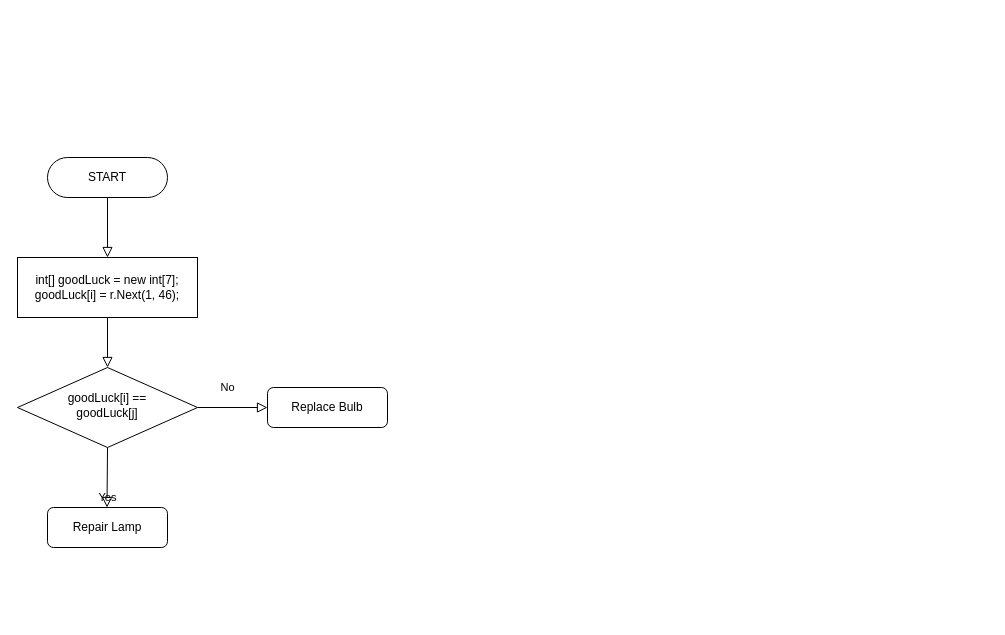
jhy0409/jhy0409 keeps this draw.io diagram as 2 vsStudio_P/210408_cSharp_basic_chap5/sukje_lotto/PPT/lottoAlgori.drawio. Above is the earlier version. Source tidied: cells renumbered, new cells numbered last; positions are measured from the earlier drawing's top-left corner, leaving out a move shared by most shapes. Both pictures are drawn from the tidied source at 100%, with x=0, y=0 at pixel (17, 157).
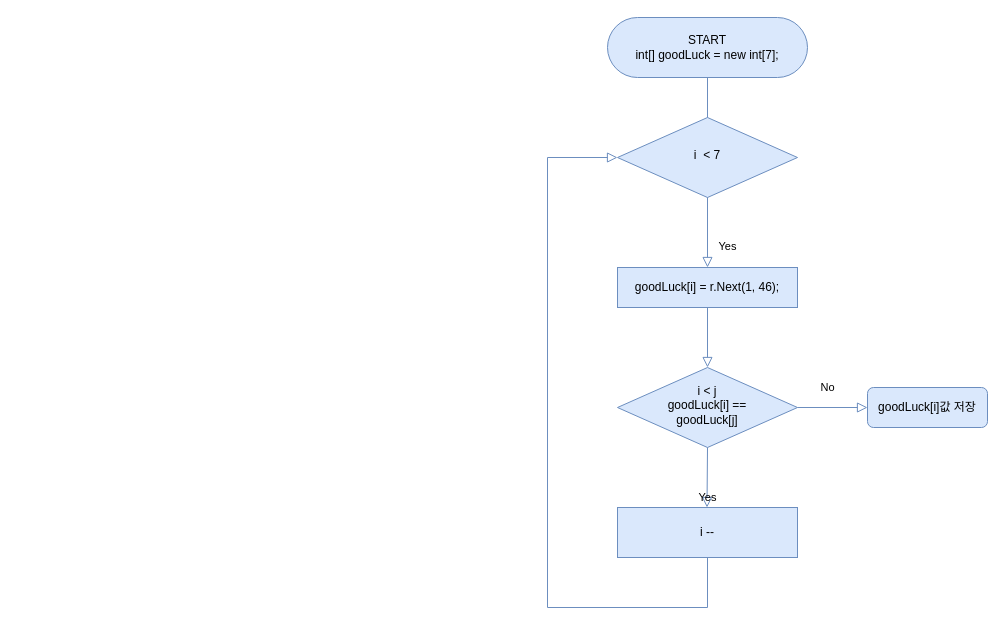
After the change.

Diff of the diagram source:
```diff
@@
 <mxGraphModel>
   <root>
     <mxCell id="0" />
     <mxCell id="1" parent="0" />
-    <mxCell id="2" style="rounded=0;html=1;jettySize=auto;fontSize=11;endArrow=block;endFill=0;endSize=8;strokeWidth=1;shadow=0;labelBackgroundColor=none;edgeStyle=orthogonalEdgeStyle;" parent="1" edge="1" source="3" target="5">
-      <mxGeometry relative="1" as="geometry" />
-    </mxCell>
-    <mxCell id="3" value="START" style="rounded=1;whiteSpace=wrap;html=1;fontSize=12;glass=0;strokeWidth=1;shadow=0;absoluteArcSize=1;arcSize=120;" parent="1" vertex="1">
-      <mxGeometry x="30" width="120" height="40" as="geometry" />
+    <mxCell id="3" value="START&lt;br&gt;int[] goodLuck = new int[7];" style="rounded=1;whiteSpace=wrap;html=1;fontSize=12;glass=0;strokeWidth=1;shadow=0;absoluteArcSize=1;arcSize=120;fillColor=#dae8fc;strokeColor=#6c8ebf;" parent="1" vertex="1">
+      <mxGeometry x="590" y="-140" width="200" height="60" as="geometry" />
     </mxCell>
-    <mxCell id="4" style="edgeStyle=orthogonalEdgeStyle;rounded=0;jettySize=auto;html=1;entryX=0.5;entryY=0;entryDx=0;entryDy=0;shadow=0;strokeWidth=1;labelBackgroundColor=none;endFill=0;endArrow=block;endSize=8;" parent="1" edge="1" source="5" target="6">
+    <mxCell id="4" style="edgeStyle=orthogonalEdgeStyle;rounded=0;jettySize=auto;html=1;entryX=0.5;entryY=0;entryDx=0;entryDy=0;shadow=0;strokeWidth=1;labelBackgroundColor=none;endFill=0;endArrow=block;endSize=8;fillColor=#dae8fc;strokeColor=#6c8ebf;" parent="1" edge="1" source="5" target="6">
       <mxGeometry relative="1" as="geometry" />
     </mxCell>
-    <mxCell id="5" value="&lt;div&gt;int[] goodLuck = new int[7];&lt;/div&gt;&lt;div&gt;goodLuck[i] = r.Next(1, 46);&lt;br&gt;&lt;/div&gt;" style="rounded=0;whiteSpace=wrap;html=1;glass=0;strokeWidth=1;" parent="1" vertex="1">
-      <mxGeometry y="100" width="180" height="60" as="geometry" />
+    <mxCell id="5" value="&lt;div&gt;&lt;span&gt;goodLuck[i] = r.Next(1, 46);&lt;/span&gt;&lt;br&gt;&lt;/div&gt;" style="rounded=0;whiteSpace=wrap;html=1;glass=0;strokeWidth=1;fillColor=#dae8fc;strokeColor=#6c8ebf;" parent="1" vertex="1">
+      <mxGeometry x="600" y="110" width="180" height="40" as="geometry" />
     </mxCell>
-    <mxCell id="6" value="goodLuck[i] == &lt;br&gt;goodLuck[j]" style="rhombus;whiteSpace=wrap;html=1;shadow=0;fontFamily=Helvetica;fontSize=12;align=center;strokeWidth=1;spacing=6;spacingTop=-4;" parent="1" vertex="1">
-      <mxGeometry y="210" width="180" height="80" as="geometry" />
+    <mxCell id="6" value="i &amp;lt; j&lt;br&gt;goodLuck[i] == &lt;br&gt;goodLuck[j]" style="rhombus;whiteSpace=wrap;html=1;shadow=0;fontFamily=Helvetica;fontSize=12;align=center;strokeWidth=1;spacing=6;spacingTop=-4;fillColor=#dae8fc;strokeColor=#6c8ebf;" parent="1" vertex="1">
+      <mxGeometry x="600" y="210" width="180" height="80" as="geometry" />
     </mxCell>
+    <mxCell id="11" style="edgeStyle=orthogonalEdgeStyle;rounded=0;jettySize=auto;html=1;fillColor=#dae8fc;strokeColor=#6c8ebf;shadow=0;strokeWidth=1;labelBackgroundColor=none;endFill=0;endArrow=block;endSize=8;" parent="1" edge="1" source="7" target="13">
+      <mxGeometry relative="1" as="geometry">
+        <Array as="points">
+          <mxPoint x="690" y="450" />
+          <mxPoint x="530" y="450" />
+          <mxPoint x="530" />
+        </Array>
+      </mxGeometry>
+    </mxCell>
-    <mxCell id="7" value="Repair Lamp" style="rounded=1;whiteSpace=wrap;html=1;fontSize=12;glass=0;strokeWidth=1;shadow=0;" parent="1" vertex="1">
-      <mxGeometry x="30" y="350" width="120" height="40" as="geometry" />
+    <mxCell id="7" value="i --" style="rounded=0;whiteSpace=wrap;html=1;fontSize=12;glass=0;strokeWidth=1;fillColor=#dae8fc;strokeColor=#6c8ebf;" parent="1" vertex="1">
+      <mxGeometry x="600" y="350" width="180" height="50" as="geometry" />
     </mxCell>
-    <mxCell id="8" value="Replace Bulb" style="rounded=1;whiteSpace=wrap;html=1;fontSize=12;glass=0;strokeWidth=1;shadow=0;" parent="1" vertex="1">
-      <mxGeometry x="250" y="230" width="120" height="40" as="geometry" />
+    <mxCell id="8" value="&lt;span&gt;goodLuck[i]값 저장&lt;/span&gt;" style="rounded=1;whiteSpace=wrap;html=1;fontSize=12;glass=0;strokeWidth=1;shadow=0;fillColor=#dae8fc;strokeColor=#6c8ebf;" parent="1" vertex="1">
+      <mxGeometry x="850" y="230" width="120" height="40" as="geometry" />
     </mxCell>
-    <mxCell id="9" value="No" style="edgeStyle=orthogonalEdgeStyle;rounded=0;html=1;jettySize=auto;fontSize=11;endArrow=block;endFill=0;endSize=8;strokeWidth=1;shadow=0;labelBackgroundColor=none;entryX=0;entryY=0.5;entryDx=0;entryDy=0;exitX=1;exitY=0.5;exitDx=0;exitDy=0;" parent="1" edge="1" source="6" target="8">
+    <mxCell id="9" value="No" style="edgeStyle=orthogonalEdgeStyle;rounded=0;html=1;jettySize=auto;fontSize=11;endArrow=block;endFill=0;endSize=8;strokeWidth=1;shadow=0;labelBackgroundColor=none;entryX=0;entryY=0.5;entryDx=0;entryDy=0;exitX=1;exitY=0.5;exitDx=0;exitDy=0;fillColor=#dae8fc;strokeColor=#6c8ebf;" parent="1" edge="1" source="6" target="8">
       <mxGeometry x="-0.14" y="20" relative="1" as="geometry" />
     </mxCell>
-    <mxCell id="10" value="Yes" style="rounded=0;html=1;jettySize=auto;fontSize=11;endArrow=block;endFill=0;endSize=8;strokeWidth=1;shadow=0;labelBackgroundColor=none;edgeStyle=orthogonalEdgeStyle;exitX=0.5;exitY=1;exitDx=0;exitDy=0;" parent="1" edge="1" source="6">
+    <mxCell id="10" value="Yes" style="rounded=0;html=1;jettySize=auto;fontSize=11;endArrow=block;endFill=0;endSize=8;strokeWidth=1;shadow=0;labelBackgroundColor=none;edgeStyle=orthogonalEdgeStyle;exitX=0.5;exitY=1;exitDx=0;exitDy=0;fillColor=#dae8fc;strokeColor=#6c8ebf;" parent="1" edge="1" source="6">
       <mxGeometry x="-0.01" y="-20" relative="1" as="geometry">
-        <mxPoint x="89.5" y="350" as="targetPoint" />
+        <mxPoint x="689.5" y="350" as="targetPoint" />
         <mxPoint x="20" y="20" as="offset" />
       </mxGeometry>
     </mxCell>
+    <mxCell id="12" value="Yes" style="rounded=0;html=1;jettySize=auto;fontSize=11;endArrow=block;endFill=0;endSize=8;strokeWidth=1;shadow=0;labelBackgroundColor=none;edgeStyle=orthogonalEdgeStyle;exitX=0.5;exitY=1;exitDx=0;exitDy=0;fillColor=#dae8fc;strokeColor=#6c8ebf;" parent="1" edge="1" target="5">
+      <mxGeometry x="0.8" y="20" relative="1" as="geometry">
+        <mxPoint x="710" y="-80" as="sourcePoint" />
+        <Array as="points">
+          <mxPoint x="690" y="-80" />
+        </Array>
+      </mxGeometry>
+    </mxCell>
+    <mxCell id="13" value="i&amp;nbsp; &amp;lt; 7" style="rhombus;whiteSpace=wrap;html=1;shadow=0;fontFamily=Helvetica;fontSize=12;align=center;strokeWidth=1;spacing=6;spacingTop=-4;fillColor=#dae8fc;strokeColor=#6c8ebf;" parent="1" vertex="1">
+      <mxGeometry x="600" y="-40" width="180" height="80" as="geometry" />
+    </mxCell>
   </root>
 </mxGraphModel>
```
